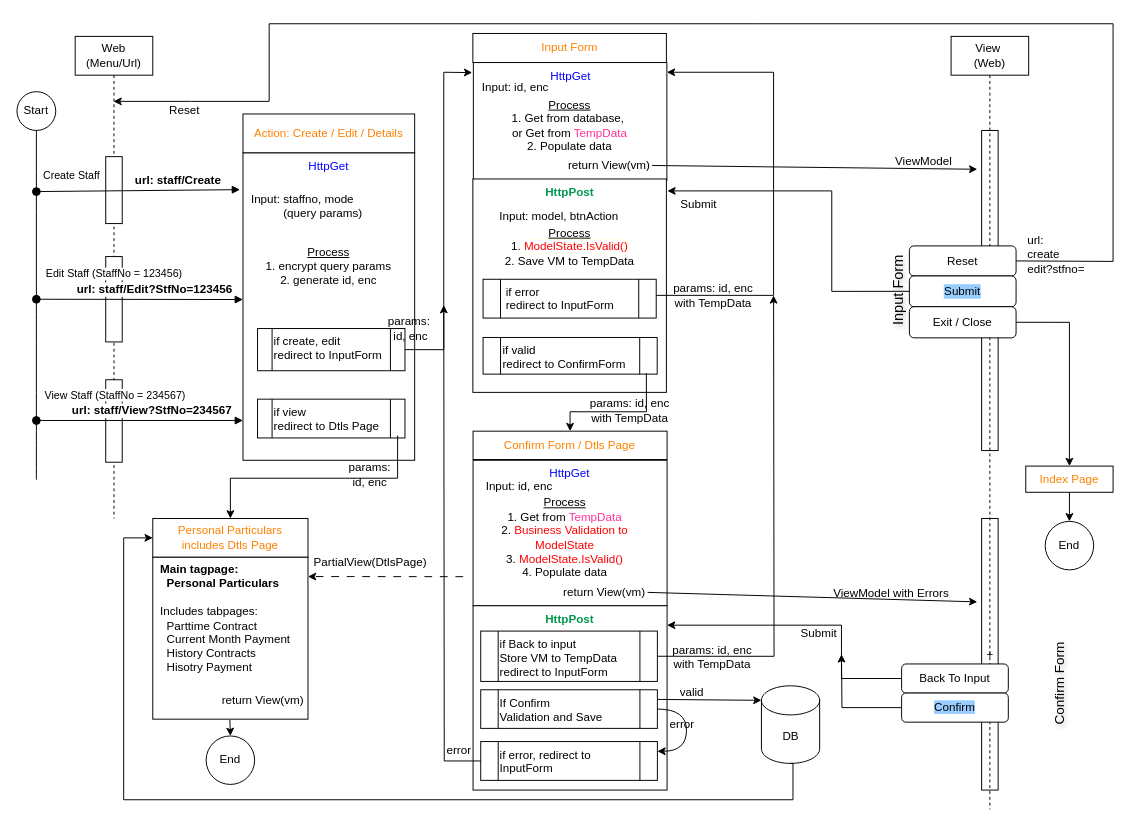
mujianlo/hrpt_drawio keeps this draw.io diagram as page "Input_Confirm_pages" (2 of 2) of StaffForm_workflow.drawio. Above is the earlier version. Source tidied: cells renumbered, new cells numbered last; positions are measured from the earlier drawing's top-left corner, leaving out a move shared by most shapes. Both pictures are drawn from the tidied source at 97%, with x=0, y=0 at pixel (16, 23).
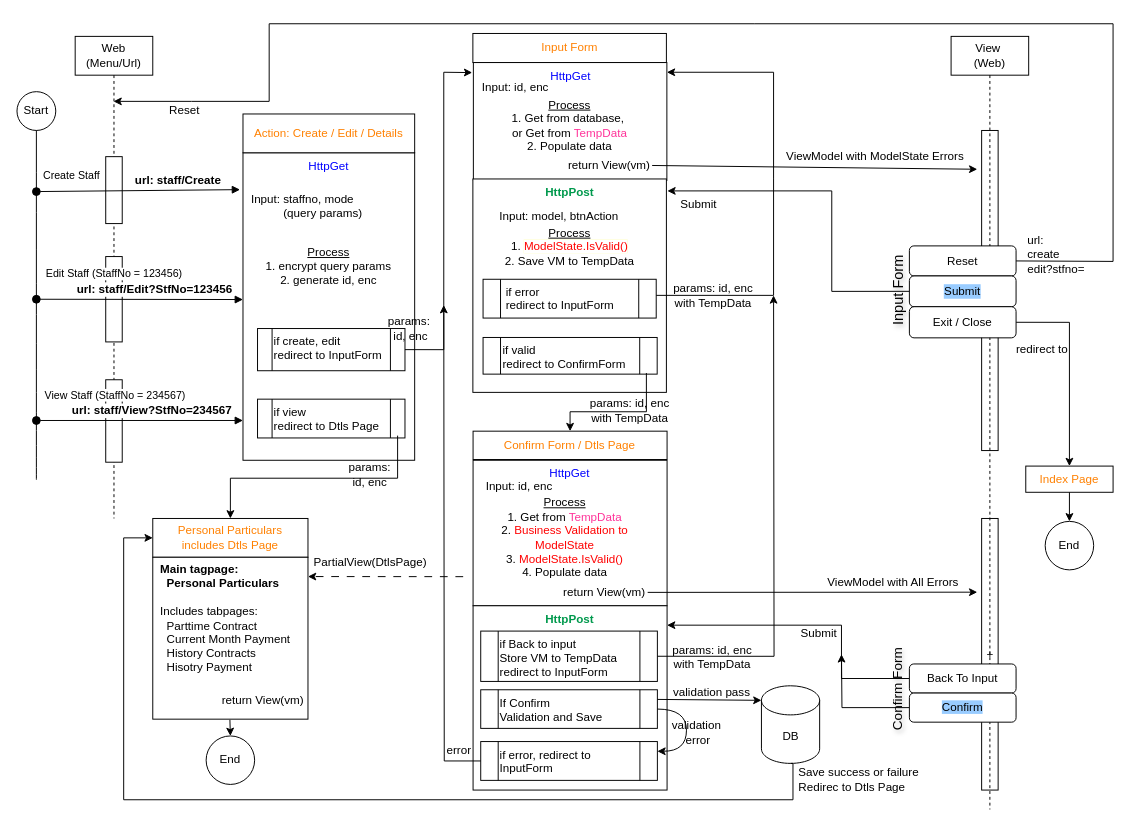
After the change.

Unchanged cells that the change refers to:
```xml
<mxCell id="73" value="return View(vm)" style="text;html=1;whiteSpace=wrap;strokeColor=none;fillColor=none;align=right;verticalAlign=middle;rounded=0;" parent="68" vertex="1">
  <mxGeometry x="60" y="156" width="120" height="20.4" as="geometry" />
</mxCell>
```

What changed in the source:
```diff
@@
-    <mxCell id="8" value="ViewModel" style="text;html=1;whiteSpace=wrap;strokeColor=none;fillColor=none;align=center;verticalAlign=middle;rounded=0;" parent="1" vertex="1">
-      <mxGeometry x="890" y="130" width="90" height="23" as="geometry" />
+    <mxCell id="8" value="ViewModel with ModelState Errors" style="text;html=1;whiteSpace=wrap;strokeColor=none;fillColor=none;align=center;verticalAlign=middle;rounded=0;" parent="1" vertex="1">
+      <mxGeometry x="790" y="120" width="190" height="33" as="geometry" />
     </mxCell>
@@
-    <mxCell id="11" value="ViewModel with Errors" style="text;html=1;whiteSpace=wrap;strokeColor=none;fillColor=none;align=center;verticalAlign=middle;rounded=0;" parent="1" vertex="1">
-      <mxGeometry x="840" y="571" width="123" height="32" as="geometry" />
+    <mxCell id="11" value="ViewModel with All Errors" style="text;html=1;whiteSpace=wrap;strokeColor=none;fillColor=none;align=center;verticalAlign=middle;rounded=0;" parent="1" vertex="1">
+      <mxGeometry x="827" y="560" width="153" height="32" as="geometry" />
     </mxCell>
@@
-    <mxCell id="55" style="group;" parent="1" vertex="1">
-      <mxGeometry x="912" y="660" width="110" height="60" as="geometry" />
-    </mxCell>
-    <mxCell id="56" value="Back To Input" style="rounded=1;whiteSpace=wrap;html=1;" parent="55" vertex="1">
-      <mxGeometry width="110" height="30" as="geometry" />
-    </mxCell>
-    <mxCell id="57" value="&lt;span style=&quot;color: rgb(0, 0, 0); background-color: rgb(153, 204, 255);&quot;&gt;Confirm&lt;/span&gt;" style="rounded=1;whiteSpace=wrap;html=1;" parent="55" vertex="1">
-      <mxGeometry y="30" width="110" height="30" as="geometry" />
-    </mxCell>
-    <mxCell id="58" value="Confirm Form" style="text;html=1;whiteSpace=wrap;strokeColor=none;fillColor=none;align=center;verticalAlign=middle;rounded=0;horizontal=0;fontStyle=0;labelBorderColor=none;labelBackgroundColor=none;textShadow=1;fontSize=14;" parent="1" vertex="1">
-      <mxGeometry x="1060" y="625.2" width="30" height="110" as="geometry" />
-    </mxCell>
@@
-    <mxCell id="65" value="error" style="text;html=1;whiteSpace=wrap;strokeColor=none;fillColor=none;align=center;verticalAlign=middle;rounded=0;" parent="1" vertex="1">
-      <mxGeometry x="652.7" y="708.2" width="66" height="29" as="geometry" />
+    <mxCell id="65" value="&lt;div&gt;validation&amp;nbsp;&lt;/div&gt;&lt;div&gt;error&lt;/div&gt;" style="text;html=1;whiteSpace=wrap;strokeColor=none;fillColor=none;align=center;verticalAlign=middle;rounded=0;" parent="1" vertex="1">
+      <mxGeometry x="663.9" y="710" width="77.3" height="41.8" as="geometry" />
     </mxCell>
@@
     <mxCell id="92" style="endArrow=classic;html=1;rounded=0;exitX=1;exitY=0.5;exitDx=0;exitDy=0;" parent="1" edge="1" source="73">
       <mxGeometry relative="1" as="geometry">
-        <mxPoint x="990" y="596" as="targetPoint" />
+        <mxPoint x="990" y="586" as="targetPoint" />
       </mxGeometry>
     </mxCell>
@@
-    <mxCell id="101" value="valid" style="text;html=1;whiteSpace=wrap;strokeColor=none;fillColor=none;align=center;verticalAlign=middle;rounded=0;" parent="1" vertex="1">
-      <mxGeometry x="663" y="675.5" width="66" height="29" as="geometry" />
+    <mxCell id="101" value="validation pass" style="text;html=1;whiteSpace=wrap;strokeColor=none;fillColor=none;align=center;verticalAlign=middle;rounded=0;" parent="1" vertex="1">
+      <mxGeometry x="663" y="675.5" width="107" height="29" as="geometry" />
     </mxCell>
@@
+    <mxCell id="103" style="group;" parent="1" vertex="1">
+      <mxGeometry x="893" y="631" width="137" height="110" as="geometry" />
+    </mxCell>
+    <mxCell id="56" value="Back To Input" style="rounded=1;whiteSpace=wrap;html=1;" parent="103" vertex="1">
+      <mxGeometry x="27" y="29" width="110" height="30" as="geometry" />
+    </mxCell>
+    <mxCell id="57" value="&lt;span style=&quot;color: rgb(0, 0, 0); background-color: rgb(153, 204, 255);&quot;&gt;Confirm&lt;/span&gt;" style="rounded=1;whiteSpace=wrap;html=1;" parent="103" vertex="1">
+      <mxGeometry x="27" y="59" width="110" height="30" as="geometry" />
+    </mxCell>
+    <mxCell id="58" value="Confirm Form" style="text;html=1;whiteSpace=wrap;strokeColor=none;fillColor=none;align=center;verticalAlign=middle;rounded=0;horizontal=0;fontStyle=0;labelBorderColor=none;labelBackgroundColor=none;textShadow=1;fontSize=14;" parent="103" vertex="1">
+      <mxGeometry width="30" height="110" as="geometry" />
+    </mxCell>
+    <mxCell id="104" value="&lt;div&gt;Save success or failure&lt;/div&gt;&lt;div&gt;Redirec to Dtls Page&lt;/div&gt;" style="text;html=1;whiteSpace=wrap;strokeColor=none;fillColor=none;align=left;verticalAlign=middle;rounded=0;" parent="1" vertex="1">
+      <mxGeometry x="804" y="763" width="164" height="32" as="geometry" />
+    </mxCell>
+    <mxCell id="105" value="redirect to" style="text;html=1;whiteSpace=wrap;strokeColor=none;fillColor=none;align=center;verticalAlign=middle;rounded=0;" parent="1" vertex="1">
+      <mxGeometry x="1011.5" y="324.4" width="90" height="23" as="geometry" />
+    </mxCell>
```
